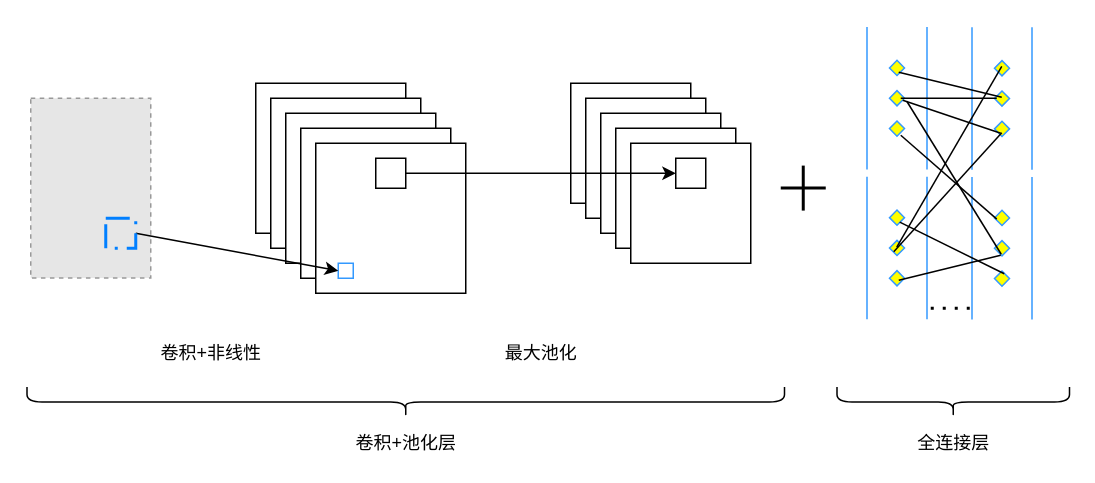
The draw.io diagram 未命名绘图.drawio in Wangtab/Wangtab.github.io, before the edit. Source tidied: cells renumbered, new cells numbered last; positions are measured from the earlier drawing's top-left corner, leaving out a move shared by most shapes. Both pictures are drawn from the tidied source at 150%, with x=0, y=0 at pixel (30, 22). Pictures stored in the file or linked from it are replaced by grey dashed boxes.
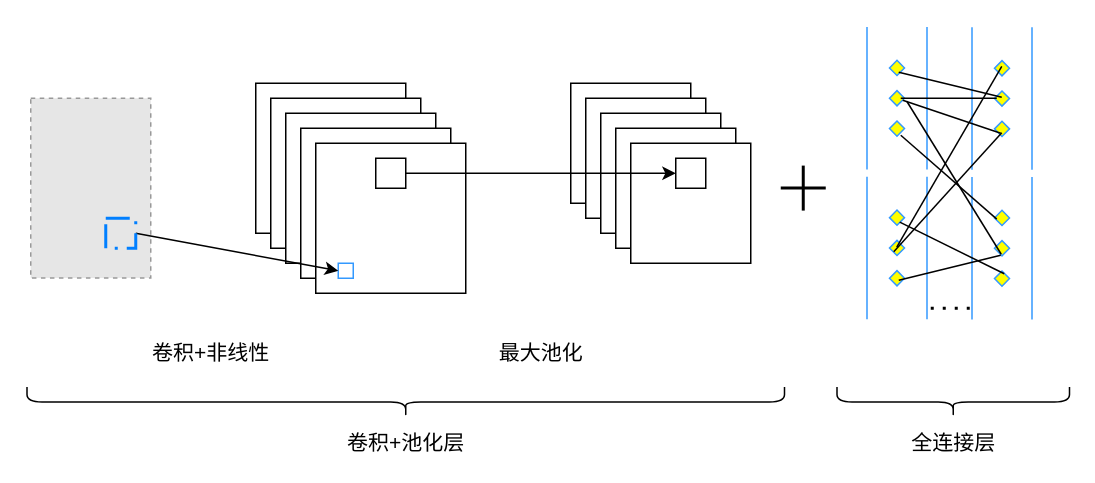
The same diagram, later.

Commit message (it also covers changes not shown here):
深度卷积网络.drawio

Diff of the diagram source:
```diff
@@
-    <mxCell id="37" value="卷积+池化层" style="text;html=1;align=center;verticalAlign=middle;" parent="1" vertex="1">
-      <mxGeometry x="210" y="270" width="80" height="20" as="geometry" />
+    <mxCell id="37" value="&lt;font style=&quot;font-size: 14px&quot;&gt;卷积+池化层&lt;/font&gt;" style="text;html=1;align=center;verticalAlign=middle;" parent="1" vertex="1">
+      <mxGeometry x="205" y="270" width="90" height="20" as="geometry" />
     </mxCell>
-    <mxCell id="38" value="全连接层" style="text;html=1;align=center;verticalAlign=middle;" parent="1" vertex="1">
-      <mxGeometry x="585" y="270" width="60" height="20" as="geometry" />
+    <mxCell id="38" value="&lt;font style=&quot;font-size: 14px&quot;&gt;全连接层&lt;/font&gt;" style="text;html=1;align=center;verticalAlign=middle;" parent="1" vertex="1">
+      <mxGeometry x="580" y="270" width="70" height="20" as="geometry" />
     </mxCell>
-    <mxCell id="39" value="最大池化" style="text;html=1;align=center;verticalAlign=middle;" parent="1" vertex="1">
-      <mxGeometry x="310" y="210" width="60" height="20" as="geometry" />
+    <mxCell id="39" value="&lt;font style=&quot;font-size: 14px&quot;&gt;最大池化&lt;/font&gt;" style="text;html=1;align=center;verticalAlign=middle;" parent="1" vertex="1">
+      <mxGeometry x="305" y="210" width="70" height="20" as="geometry" />
     </mxCell>
-    <mxCell id="40" value="卷积+非线性" style="text;html=1;align=center;verticalAlign=middle;" parent="1" vertex="1">
-      <mxGeometry x="80" y="210" width="80" height="20" as="geometry" />
+    <mxCell id="40" value="&lt;font style=&quot;font-size: 14px&quot;&gt;卷积+非线性&lt;/font&gt;" style="text;html=1;align=center;verticalAlign=middle;" parent="1" vertex="1">
+      <mxGeometry x="75" y="210" width="90" height="20" as="geometry" />
     </mxCell>
```
